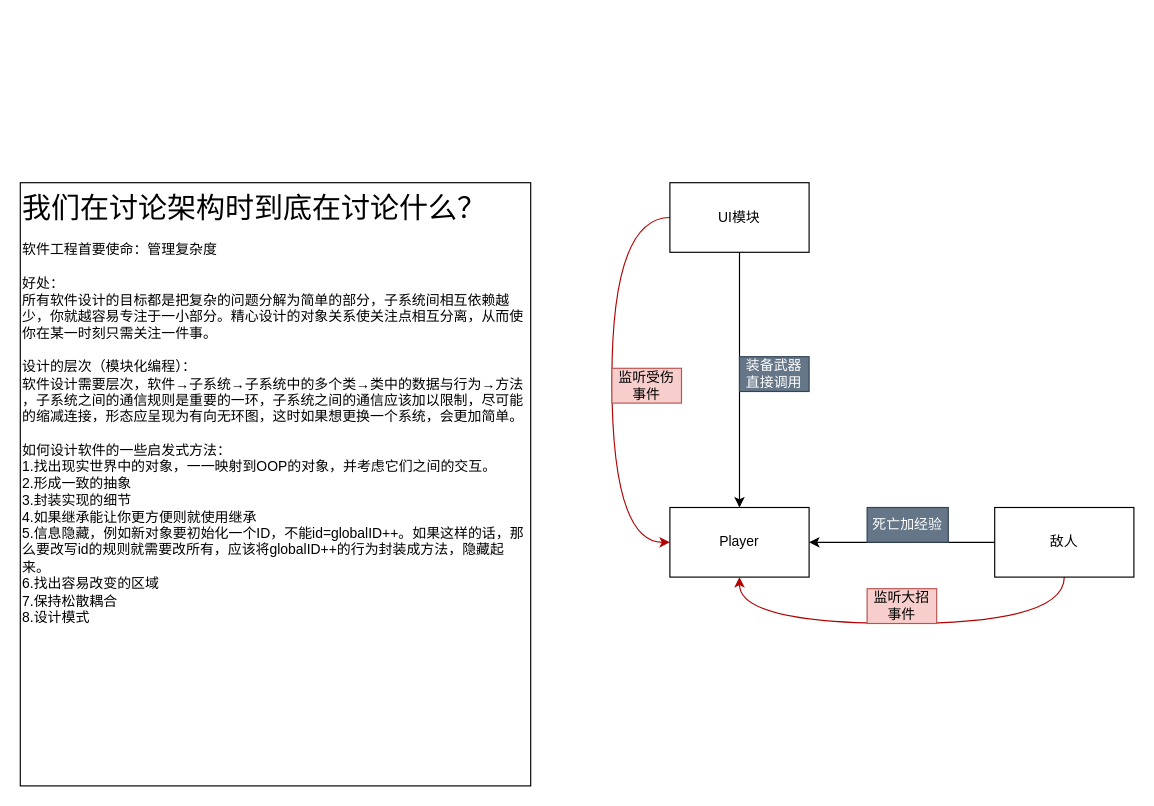
The draw.io diagram page "生存模板" (9 of 9) of StartFramework.drawio in sass00n1/StartFramework, before the edit. Source tidied: cells renumbered, new cells numbered last; positions are measured from the earlier drawing's top-left corner, leaving out a move shared by most shapes. Both pictures are drawn from the tidied source at 116%, with x=0, y=0 at pixel (20, 182).
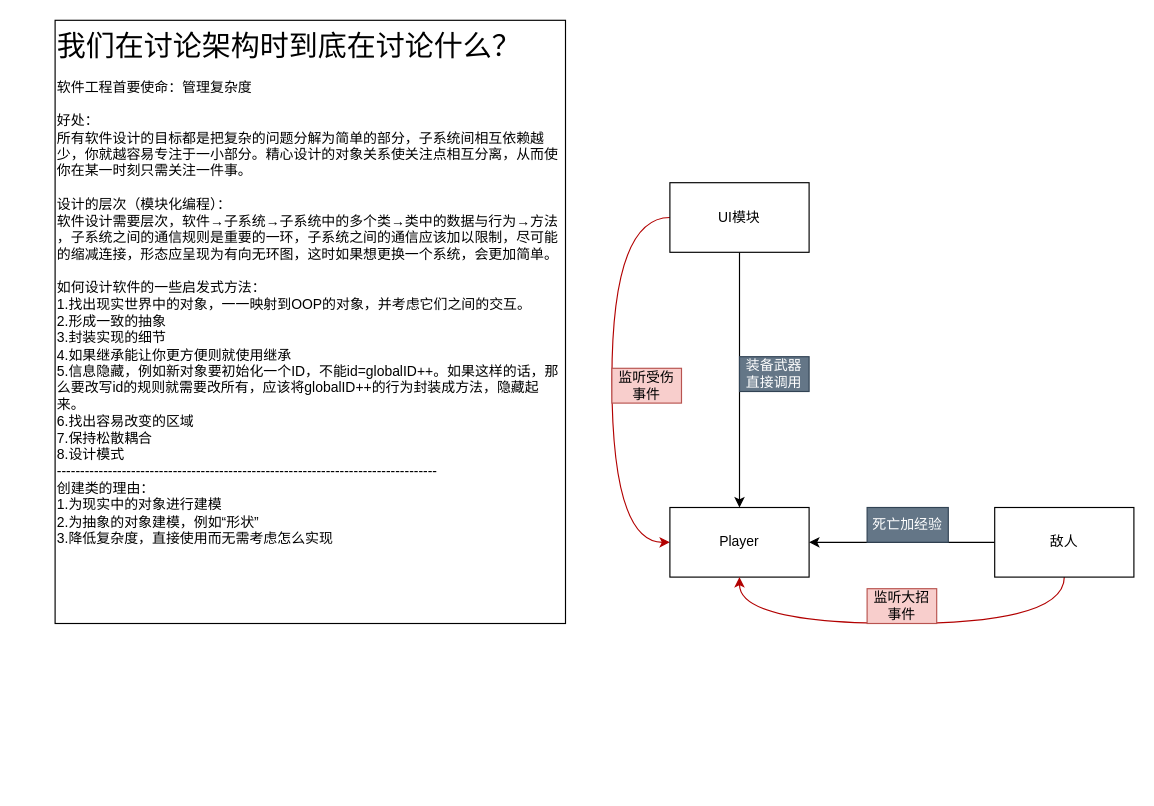
Above is the later version.

What changed in the source:
```diff
@@
 <mxGraphModel>
   <root>
     <mxCell id="0" />
     <mxCell id="1" parent="0" />
     <mxCell id="2" style="edgeStyle=orthogonalEdgeStyle;rounded=0;jettySize=auto;html=1;exitX=0.5;exitY=1;exitDx=0;exitDy=0;" parent="1" edge="1" source="4" target="5">
       <mxGeometry relative="1" as="geometry" />
     </mxCell>
     <mxCell id="3" style="edgeStyle=orthogonalEdgeStyle;curved=1;jettySize=auto;html=1;exitX=0;exitY=0.5;exitDx=0;exitDy=0;entryX=0;entryY=0.5;entryDx=0;entryDy=0;fillColor=#e51400;strokeColor=#B20000;" parent="1" edge="1" source="4" target="5">
       <mxGeometry relative="1" as="geometry">
         <Array as="points">
           <mxPoint x="510" y="30" />
           <mxPoint x="510" y="310" />
         </Array>
       </mxGeometry>
     </mxCell>
     <mxCell id="4" value="UI模块" style="rounded=0;whiteSpace=wrap;html=1;" parent="1" vertex="1">
       <mxGeometry x="560" width="120" height="60" as="geometry" />
     </mxCell>
     <mxCell id="5" value="Player" style="rounded=0;whiteSpace=wrap;html=1;" parent="1" vertex="1">
       <mxGeometry x="560" y="280" width="120" height="60" as="geometry" />
     </mxCell>
-    <mxCell id="6" value="&lt;div style=&quot;font-size: 25px;&quot; align=&quot;left&quot;&gt;&lt;font style=&quot;font-size: 25px;&quot;&gt;我们在讨论架构时到底在讨论什么？&lt;/font&gt;&lt;/div&gt;&lt;div align=&quot;left&quot;&gt;&lt;br&gt;&lt;/div&gt;&lt;div align=&quot;left&quot;&gt;软件工程首要使命：管理复杂度&lt;br&gt;&lt;/div&gt;&lt;div&gt;&lt;br&gt;&lt;/div&gt;&lt;div&gt;好处：&lt;br&gt;&lt;/div&gt;&lt;div&gt;所有软件设计的目标都是把复杂的问题分解为简单的部分，子系统间相互依赖越少，你就越容易专注于一小部分。精心设计的对象关系使关注点相互分离，从而使你在某一时刻只需关注一件事。&lt;/div&gt;&lt;div&gt;&lt;br&gt;&lt;/div&gt;&lt;div&gt;设计的层次（模块化编程）：&lt;/div&gt;&lt;div&gt;软件设计需要层次，软件→子系统→子系统中的多个类→类中的数据与行为→方法&lt;br&gt;&lt;/div&gt;&lt;div&gt;，子系统之间的通信规则是重要的一环，子系统之间的通信应该加以限制，尽可能的缩减连接，形态应呈现为有向无环图，这时如果想更换一个系统，会更加简单。&lt;/div&gt;&lt;div&gt;&lt;br&gt;&lt;/div&gt;&lt;div&gt;如何设计软件的一些启发式方法：&lt;/div&gt;&lt;div&gt;1.找出现实世界中的对象，一一映射到OOP的对象，并考虑它们之间的交互。&lt;/div&gt;&lt;div&gt;2.形成一致的抽象&lt;/div&gt;&lt;div&gt;3.封装实现的细节&lt;/div&gt;&lt;div&gt;4.如果继承能让你更方便则就使用继承&lt;/div&gt;&lt;div&gt;5.信息隐藏，例如新对象要初始化一个ID，不能id=globalID++。如果这样的话，那么要改写id的规则就需要改所有，应该将globalID++的行为封装成方法，隐藏起来。&lt;/div&gt;&lt;div&gt;6.找出容易改变的区域&lt;/div&gt;&lt;div&gt;7.保持松散耦合&lt;/div&gt;&lt;div&gt;8.设计模式&lt;/div&gt;" style="rounded=0;whiteSpace=wrap;html=1;align=left;verticalAlign=top;" parent="1" vertex="1">
-      <mxGeometry width="440" height="520" as="geometry" />
+    <mxCell id="6" value="&lt;div style=&quot;font-size: 25px;&quot; align=&quot;left&quot;&gt;&lt;font style=&quot;font-size: 25px;&quot;&gt;我们在讨论架构时到底在讨论什么？&lt;/font&gt;&lt;/div&gt;&lt;div align=&quot;left&quot;&gt;&lt;br&gt;&lt;/div&gt;&lt;div align=&quot;left&quot;&gt;软件工程首要使命：管理复杂度&lt;br&gt;&lt;/div&gt;&lt;div&gt;&lt;br&gt;&lt;/div&gt;&lt;div&gt;好处：&lt;br&gt;&lt;/div&gt;&lt;div&gt;所有软件设计的目标都是把复杂的问题分解为简单的部分，子系统间相互依赖越少，你就越容易专注于一小部分。精心设计的对象关系使关注点相互分离，从而使你在某一时刻只需关注一件事。&lt;/div&gt;&lt;div&gt;&lt;br&gt;&lt;/div&gt;&lt;div&gt;设计的层次（模块化编程）：&lt;/div&gt;&lt;div&gt;软件设计需要层次，软件→子系统→子系统中的多个类→类中的数据与行为→方法&lt;br&gt;&lt;/div&gt;&lt;div&gt;，子系统之间的通信规则是重要的一环，子系统之间的通信应该加以限制，尽可能的缩减连接，形态应呈现为有向无环图，这时如果想更换一个系统，会更加简单。&lt;/div&gt;&lt;div&gt;&lt;br&gt;&lt;/div&gt;&lt;div&gt;如何设计软件的一些启发式方法：&lt;/div&gt;&lt;div&gt;1.找出现实世界中的对象，一一映射到OOP的对象，并考虑它们之间的交互。&lt;/div&gt;&lt;div&gt;2.形成一致的抽象&lt;/div&gt;&lt;div&gt;3.封装实现的细节&lt;/div&gt;&lt;div&gt;4.如果继承能让你更方便则就使用继承&lt;/div&gt;&lt;div&gt;5.信息隐藏，例如新对象要初始化一个ID，不能id=globalID++。如果这样的话，那么要改写id的规则就需要改所有，应该将globalID++的行为封装成方法，隐藏起来。&lt;/div&gt;&lt;div&gt;6.找出容易改变的区域&lt;/div&gt;&lt;div&gt;7.保持松散耦合&lt;/div&gt;&lt;div&gt;8.设计模式&lt;/div&gt;&lt;div&gt;----------------------------------------------------------------------------------&lt;/div&gt;&lt;div&gt;创建类的理由：&lt;/div&gt;&lt;div&gt;1.为现实中的对象进行建模&lt;/div&gt;&lt;div&gt;2.为抽象的对象建模，例如“形状”&lt;/div&gt;&lt;div&gt;3.降低复杂度，直接使用而无需考虑怎么实现&lt;br&gt;&lt;/div&gt;" style="rounded=0;whiteSpace=wrap;html=1;align=left;verticalAlign=top;" parent="1" vertex="1">
+      <mxGeometry x="30" y="-140" width="440" height="520" as="geometry" />
     </mxCell>
     <mxCell id="7" value="监听受伤事件" style="text;html=1;strokeColor=#b85450;fillColor=#f8cecc;align=center;verticalAlign=middle;whiteSpace=wrap;rounded=0;" parent="1" vertex="1">
       <mxGeometry x="510" y="160" width="60" height="30" as="geometry" />
     </mxCell>
     <mxCell id="8" value="装备武器直接调用" style="text;html=1;strokeColor=#314354;fillColor=#647687;align=center;verticalAlign=middle;whiteSpace=wrap;rounded=0;fontColor=#ffffff;" parent="1" vertex="1">
       <mxGeometry x="620" y="150" width="60" height="30" as="geometry" />
     </mxCell>
     <mxCell id="9" style="edgeStyle=orthogonalEdgeStyle;curved=1;jettySize=auto;html=1;exitX=0;exitY=0.5;exitDx=0;exitDy=0;" parent="1" edge="1" source="11" target="5">
       <mxGeometry relative="1" as="geometry" />
     </mxCell>
     <mxCell id="10" style="edgeStyle=orthogonalEdgeStyle;curved=1;jettySize=auto;html=1;exitX=0.5;exitY=1;exitDx=0;exitDy=0;entryX=0.5;entryY=1;entryDx=0;entryDy=0;fillColor=#e51400;strokeColor=#B20000;" parent="1" edge="1" source="11" target="5">
       <mxGeometry relative="1" as="geometry">
         <Array as="points">
           <mxPoint x="900" y="380" />
           <mxPoint x="620" y="380" />
         </Array>
       </mxGeometry>
     </mxCell>
     <mxCell id="11" value="敌人" style="rounded=0;whiteSpace=wrap;html=1;" parent="1" vertex="1">
       <mxGeometry x="840" y="280" width="120" height="60" as="geometry" />
     </mxCell>
     <mxCell id="12" value="死亡加经验" style="text;html=1;strokeColor=#314354;fillColor=#647687;align=center;verticalAlign=middle;whiteSpace=wrap;rounded=0;fontColor=#ffffff;" parent="1" vertex="1">
       <mxGeometry x="730" y="280" width="70" height="30" as="geometry" />
     </mxCell>
     <mxCell id="13" value="监听大招事件" style="text;html=1;strokeColor=#b85450;fillColor=#f8cecc;align=center;verticalAlign=middle;whiteSpace=wrap;rounded=0;" parent="1" vertex="1">
       <mxGeometry x="730" y="350" width="60" height="30" as="geometry" />
     </mxCell>
   </root>
 </mxGraphModel>
```
